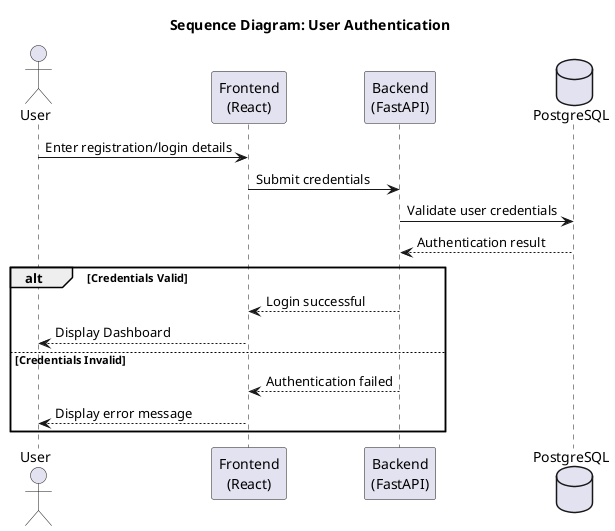
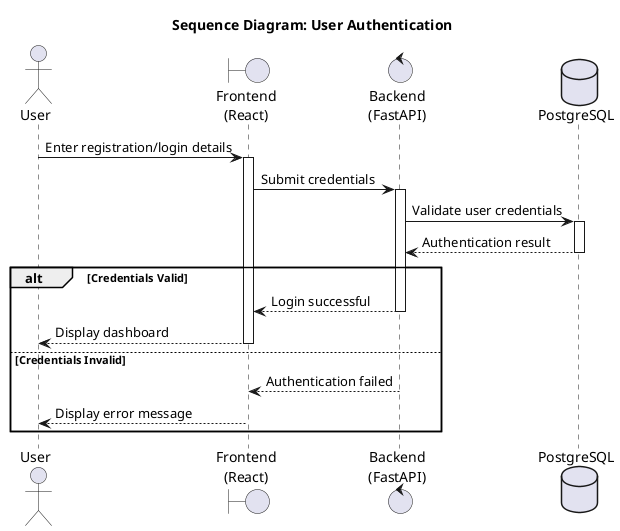
- @startuml
+ @startuml userAuthentication
title Sequence Diagram: User Authentication

actor User
- participant "Frontend\n(React)" as Frontend
- participant "Backend\n(FastAPI)" as Backend
+ 
+ boundary "Frontend\n(React)" as Frontend
+ control "Backend\n(FastAPI)" as Backend
database "PostgreSQL" as DB

User -> Frontend : Enter registration/login details
+ activate Frontend
+ 
Frontend -> Backend : Submit credentials
+ activate Backend
+ 
Backend -> DB : Validate user credentials
+ activate DB
+ 
DB --> Backend : Authentication result
+ deactivate DB

alt Credentials Valid
    Backend --> Frontend : Login successful
-     Frontend --> User : Display Dashboard
+     deactivate Backend
+ 
+     Frontend --> User : Display dashboard
+     deactivate Frontend
+ 
else Credentials Invalid
    Backend --> Frontend : Authentication failed
+     deactivate Backend
+ 
    Frontend --> User : Display error message
+     deactivate Frontend
end

@enduml